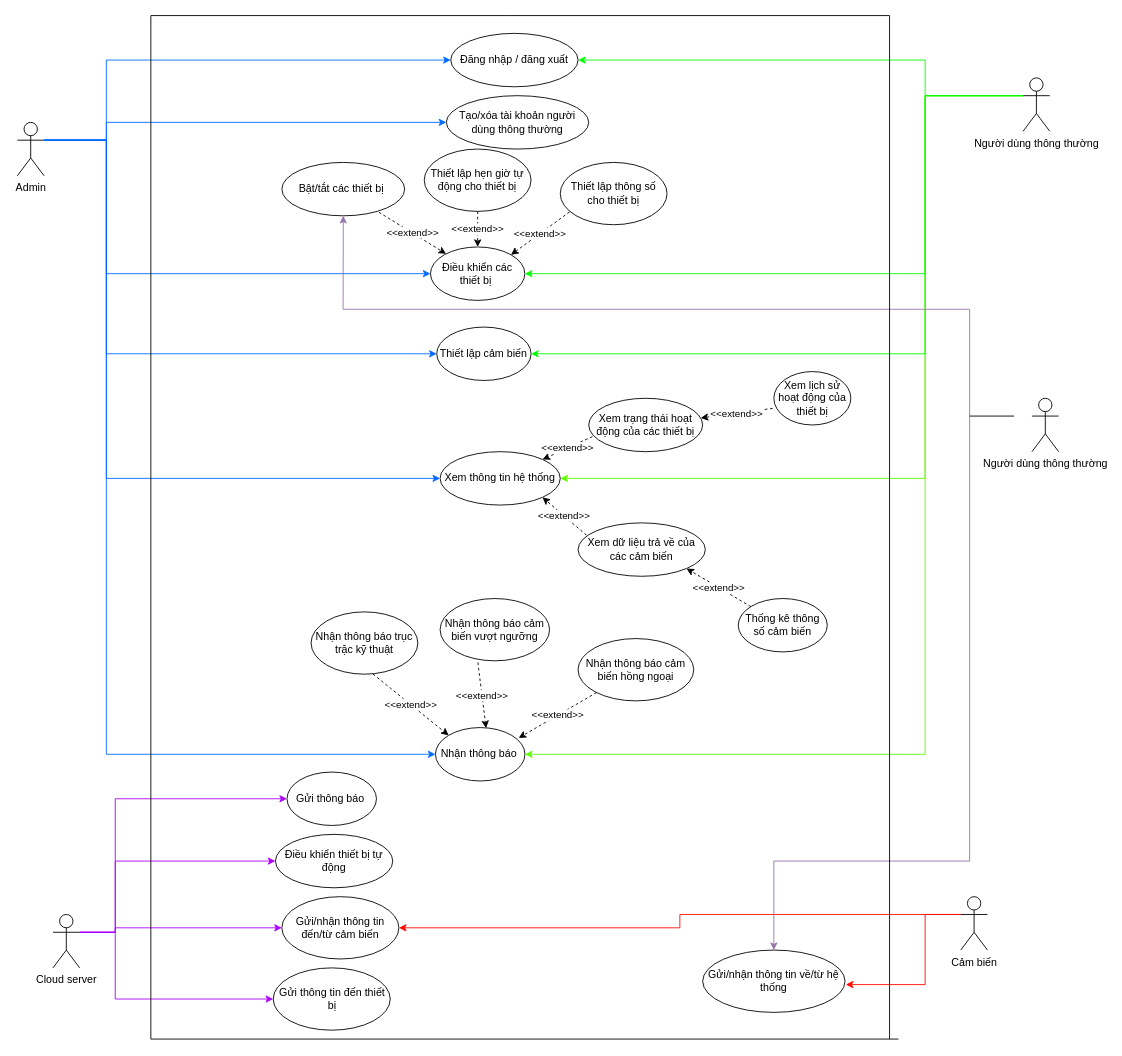
This is Week 2/Use case diagram.drawio from astr0tas/Smart-Home-CNPM, a draw.io file, before an edit. Source tidied: cells renumbered, new cells numbered last; positions are measured from the earlier drawing's top-left corner, leaving out a move shared by most shapes. Both pictures are drawn from the tidied source at 89%, with x=0, y=0 at pixel (17, 15).
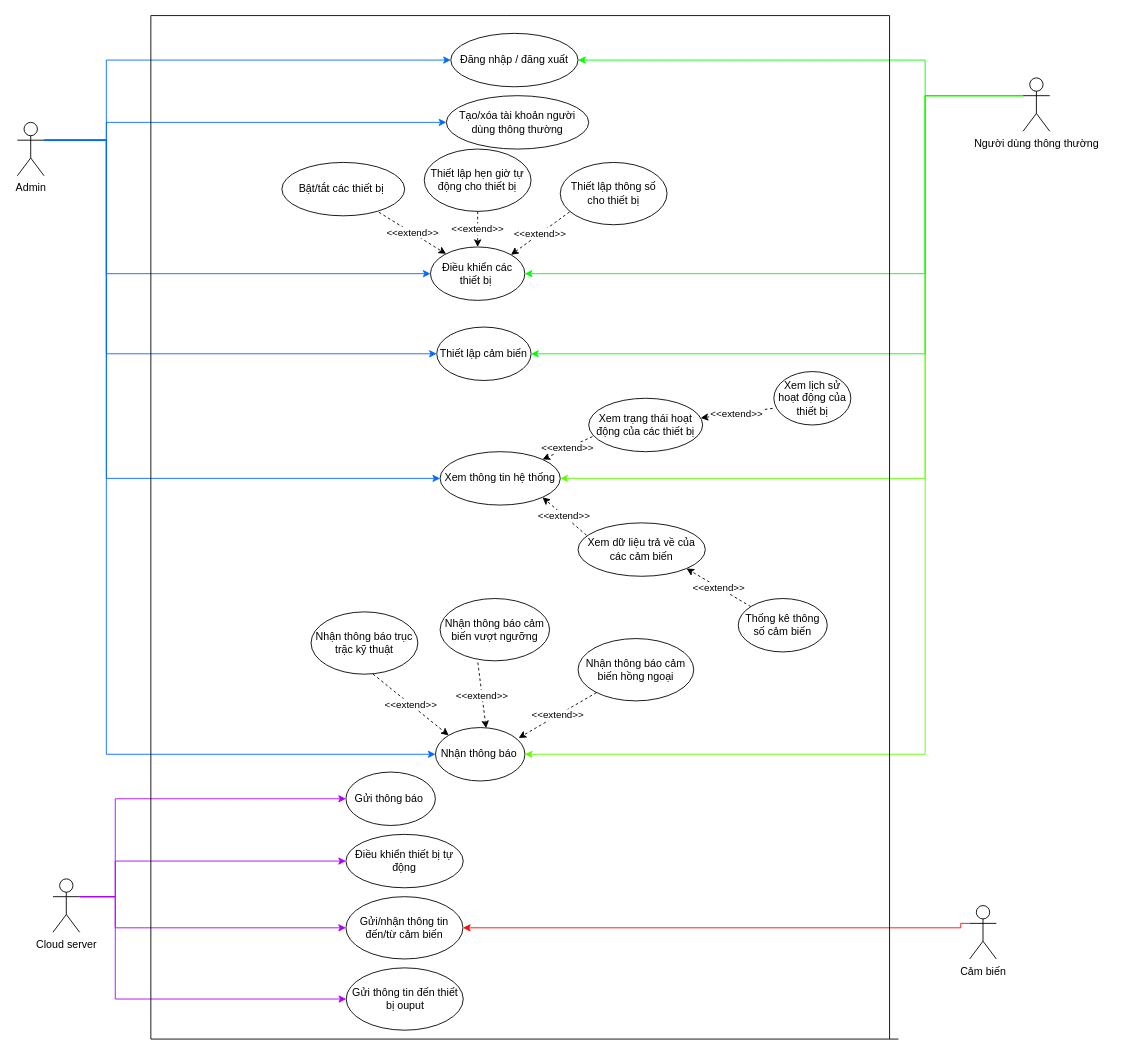
Above is the later version.

Commit message:
Cập nhật Use case diagram.drawio

Unchanged cells that the change refers to:
```xml
<mxCell id="6" value="Bật/tắt các thiết bị&amp;nbsp;" style="ellipse;whiteSpace=wrap;html=1;" parent="1" vertex="1">
  <mxGeometry x="297.2" y="165" width="138" height="60" as="geometry" />
</mxCell>
```

Diff of the diagram source:
```diff
@@
     <mxCell id="10" style="edgeStyle=orthogonalEdgeStyle;rounded=0;jettySize=auto;html=1;exitX=0;exitY=0.3333333333333333;exitDx=0;exitDy=0;exitPerimeter=0;entryX=1;entryY=0.5;entryDx=0;entryDy=0;fillColor=#e51400;strokeColor=#FF0800;" parent="1" edge="1" source="11" target="43">
-      <mxGeometry relative="1" as="geometry" />
+      <mxGeometry relative="1" as="geometry">
+        <Array as="points">
+          <mxPoint x="1060" y="1025" />
+        </Array>
+      </mxGeometry>
     </mxCell>
     <mxCell id="11" value="Cảm biến" style="shape=umlActor;verticalLabelPosition=bottom;verticalAlign=top;html=1;outlineConnect=0;" parent="1" vertex="1">
-      <mxGeometry x="1060" y="990" width="30" height="60" as="geometry" />
+      <mxGeometry x="1070" y="1000" width="30" height="60" as="geometry" />
     </mxCell>
@@
-    <mxCell id="23" value="Gửi/nhận thông tin về/từ hệ thống" style="ellipse;whiteSpace=wrap;html=1;" parent="1" vertex="1">
-      <mxGeometry x="770" y="1050" width="160" height="70" as="geometry" />
-    </mxCell>
-    <mxCell id="24" style="endArrow=classic;html=1;rounded=0;strokeColor=#ff0800;exitX=0;exitY=0.3333333333333333;exitDx=0;exitDy=0;exitPerimeter=0;entryX=1.005;entryY=0.554;entryDx=0;entryDy=0;fillColor=#f8cecc;entryPerimeter=0;edgeStyle=orthogonalEdgeStyle;" parent="1" edge="1" source="11" target="23">
-      <mxGeometry relative="1" as="geometry">
-        <Array as="points">
-          <mxPoint x="1020" y="1010" />
-          <mxPoint x="1020" y="1089" />
-        </Array>
-      </mxGeometry>
-    </mxCell>
@@
     <mxCell id="34" value="Cloud server" style="shape=umlActor;verticalLabelPosition=bottom;verticalAlign=top;html=1;outlineConnect=0;" parent="1" vertex="1">
-      <mxGeometry x="40" y="1010" width="30" height="60" as="geometry" />
+      <mxGeometry x="40" y="970" width="30" height="60" as="geometry" />
     </mxCell>
@@
     <mxCell id="38" value="Điều khiển thiết bị tự động" style="ellipse;whiteSpace=wrap;html=1;" parent="1" vertex="1">
-      <mxGeometry x="290" y="920" width="131.8" height="60" as="geometry" />
+      <mxGeometry x="369.2" y="920" width="131.8" height="60" as="geometry" />
     </mxCell>
@@
     <mxCell id="43" value="Gửi/nhận thông tin đến/từ cảm biến" style="ellipse;whiteSpace=wrap;html=1;" parent="1" vertex="1">
-      <mxGeometry x="297.2" y="990" width="131.5" height="70" as="geometry" />
+      <mxGeometry x="369.2" y="990" width="131.5" height="70" as="geometry" />
     </mxCell>
     <mxCell id="44" style="endArrow=classic;html=1;rounded=0;exitX=1;exitY=0.3333333333333333;exitDx=0;exitDy=0;exitPerimeter=0;entryX=0;entryY=0.5;entryDx=0;entryDy=0;fillColor=#e1d5e7;strokeColor=#ae00ff;edgeStyle=orthogonalEdgeStyle;" parent="1" edge="1" source="34" target="38">
       <mxGeometry relative="1" as="geometry">
         <Array as="points">
-          <mxPoint x="110" y="1030" />
+          <mxPoint x="110" y="990" />
           <mxPoint x="110" y="950" />
         </Array>
       </mxGeometry>
     </mxCell>
     <mxCell id="45" style="endArrow=classic;html=1;rounded=0;exitX=1;exitY=0.3333333333333333;exitDx=0;exitDy=0;exitPerimeter=0;entryX=0;entryY=0.5;entryDx=0;entryDy=0;fillColor=#e1d5e7;strokeColor=#ae00ff;edgeStyle=orthogonalEdgeStyle;" parent="1" edge="1" source="34" target="43">
       <mxGeometry relative="1" as="geometry">
         <Array as="points">
-          <mxPoint x="110" y="1030" />
+          <mxPoint x="110" y="990" />
           <mxPoint x="110" y="1025" />
         </Array>
       </mxGeometry>
     </mxCell>
     <mxCell id="46" value="Gửi thông báo&amp;nbsp;" style="ellipse;whiteSpace=wrap;html=1;" parent="1" vertex="1">
-      <mxGeometry x="303" y="850" width="100.5" height="60" as="geometry" />
+      <mxGeometry x="369.2" y="850" width="100.5" height="60" as="geometry" />
     </mxCell>
     <mxCell id="47" style="endArrow=classic;html=1;rounded=0;entryX=0;entryY=0.5;entryDx=0;entryDy=0;exitX=1;exitY=0.3333333333333333;exitDx=0;exitDy=0;exitPerimeter=0;edgeStyle=orthogonalEdgeStyle;fillColor=#e1d5e7;strokeColor=#ae00ff;" parent="1" edge="1" source="34" target="46">
       <mxGeometry relative="1" as="geometry">
         <Array as="points">
-          <mxPoint x="110" y="1030" />
+          <mxPoint x="110" y="990" />
           <mxPoint x="110" y="880" />
         </Array>
       </mxGeometry>
     </mxCell>
@@
-    <mxCell id="52" value="Gửi thông tin đến thiết bị" style="ellipse;whiteSpace=wrap;html=1;" parent="1" vertex="1">
-      <mxGeometry x="287.5" y="1070" width="131.5" height="70" as="geometry" />
+    <mxCell id="52" value="Gửi thông tin đến thiết bị ouput" style="ellipse;whiteSpace=wrap;html=1;" parent="1" vertex="1">
+      <mxGeometry x="369.5" y="1070" width="131.5" height="70" as="geometry" />
     </mxCell>
     <mxCell id="53" style="endArrow=classic;html=1;rounded=0;exitX=1;exitY=0.3333333333333333;exitDx=0;exitDy=0;exitPerimeter=0;entryX=0;entryY=0.5;entryDx=0;entryDy=0;fillColor=#e1d5e7;strokeColor=#ae00ff;edgeStyle=orthogonalEdgeStyle;" parent="1" edge="1" source="34" target="52">
       <mxGeometry relative="1" as="geometry">
         <Array as="points">
-          <mxPoint x="110" y="1030" />
+          <mxPoint x="70" y="990" />
+          <mxPoint x="110" y="990" />
           <mxPoint x="110" y="1105" />
         </Array>
       </mxGeometry>
     </mxCell>
-    <mxCell id="54" value="Người dùng thông thường" style="shape=umlActor;verticalLabelPosition=bottom;verticalAlign=top;html=1;" parent="1" vertex="1">
-      <mxGeometry x="1140" y="430" width="30" height="60" as="geometry" />
-    </mxCell>
-    <mxCell id="55" style="endArrow=classic;html=1;rounded=0;entryX=0.5;entryY=1;entryDx=0;entryDy=0;fillColor=#e1d5e7;strokeColor=#9673a6;" parent="1" edge="1" target="6">
-      <mxGeometry relative="1" as="geometry">
-        <mxPoint x="850" y="950" as="sourcePoint" />
-        <Array as="points">
-          <mxPoint x="850" y="950" />
-          <mxPoint x="1070" y="950" />
-          <mxPoint x="1070" y="330" />
-          <mxPoint x="366" y="330" />
-        </Array>
-      </mxGeometry>
-    </mxCell>
-    <mxCell id="56" style="endArrow=none;html=1;rounded=0;" parent="1" edge="1">
-      <mxGeometry relative="1" as="geometry">
-        <mxPoint x="1070" y="450" as="sourcePoint" />
-        <mxPoint x="1120" y="450" as="targetPoint" />
-      </mxGeometry>
-    </mxCell>
-    <mxCell id="57" style="endArrow=classic;html=1;rounded=0;entryX=0.5;entryY=0;entryDx=0;entryDy=0;fillColor=#e1d5e7;strokeColor=#9673a6;" parent="1" edge="1" target="23">
-      <mxGeometry relative="1" as="geometry">
-        <mxPoint x="850" y="950" as="sourcePoint" />
-      </mxGeometry>
-    </mxCell>
```
